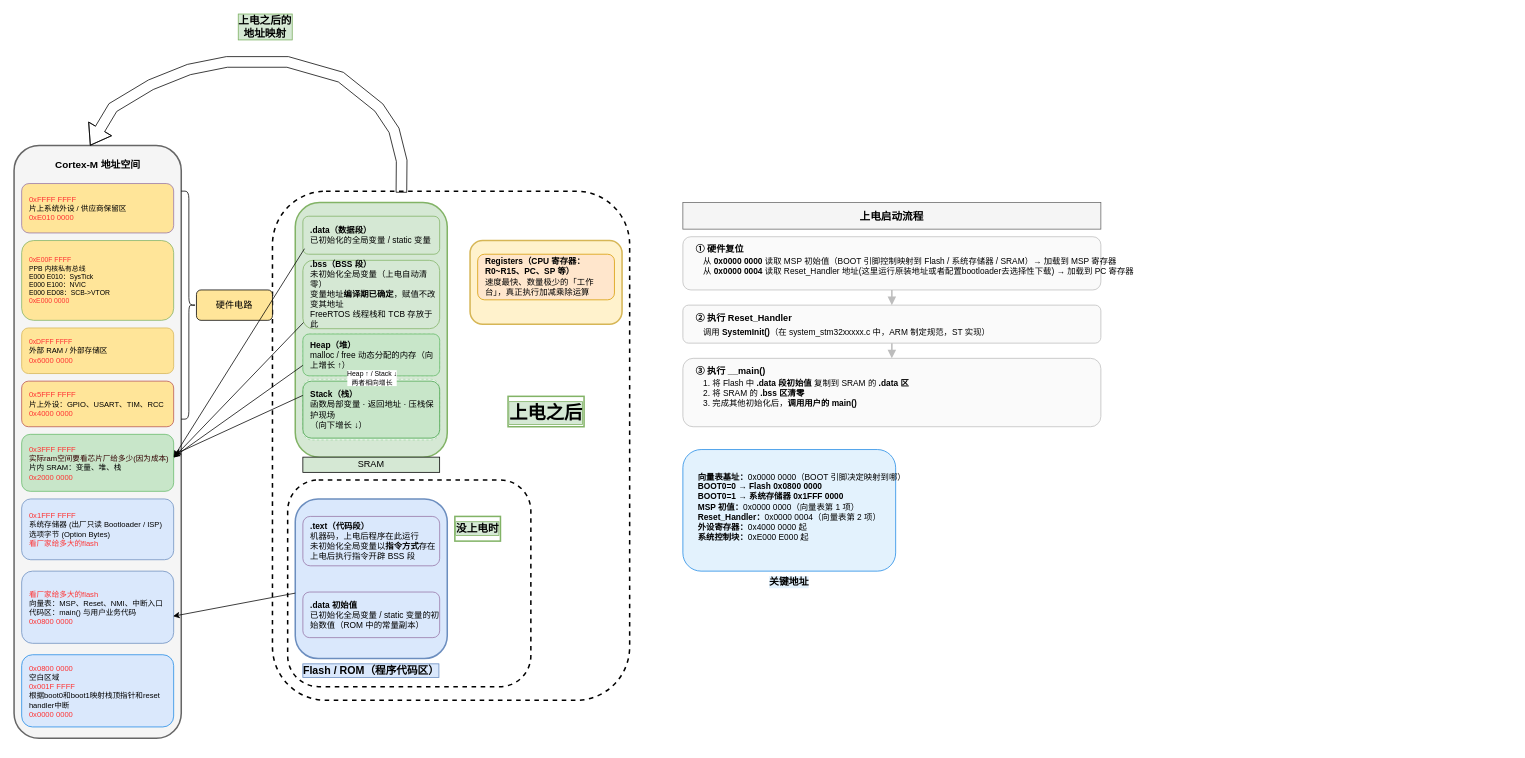
This is 术中自有万钟粟/Cortex-M4内核原理/arm_mcu内存划分.drawio from evil0knight/Basic_learning_record, a draw.io file, before an edit. Source tidied: cells renumbered, new cells numbered last; positions are measured from the earlier drawing's top-left corner, leaving out a move shared by most shapes. Both pictures are drawn from the tidied source at 76%, with x=0, y=0 at pixel (14, 62).
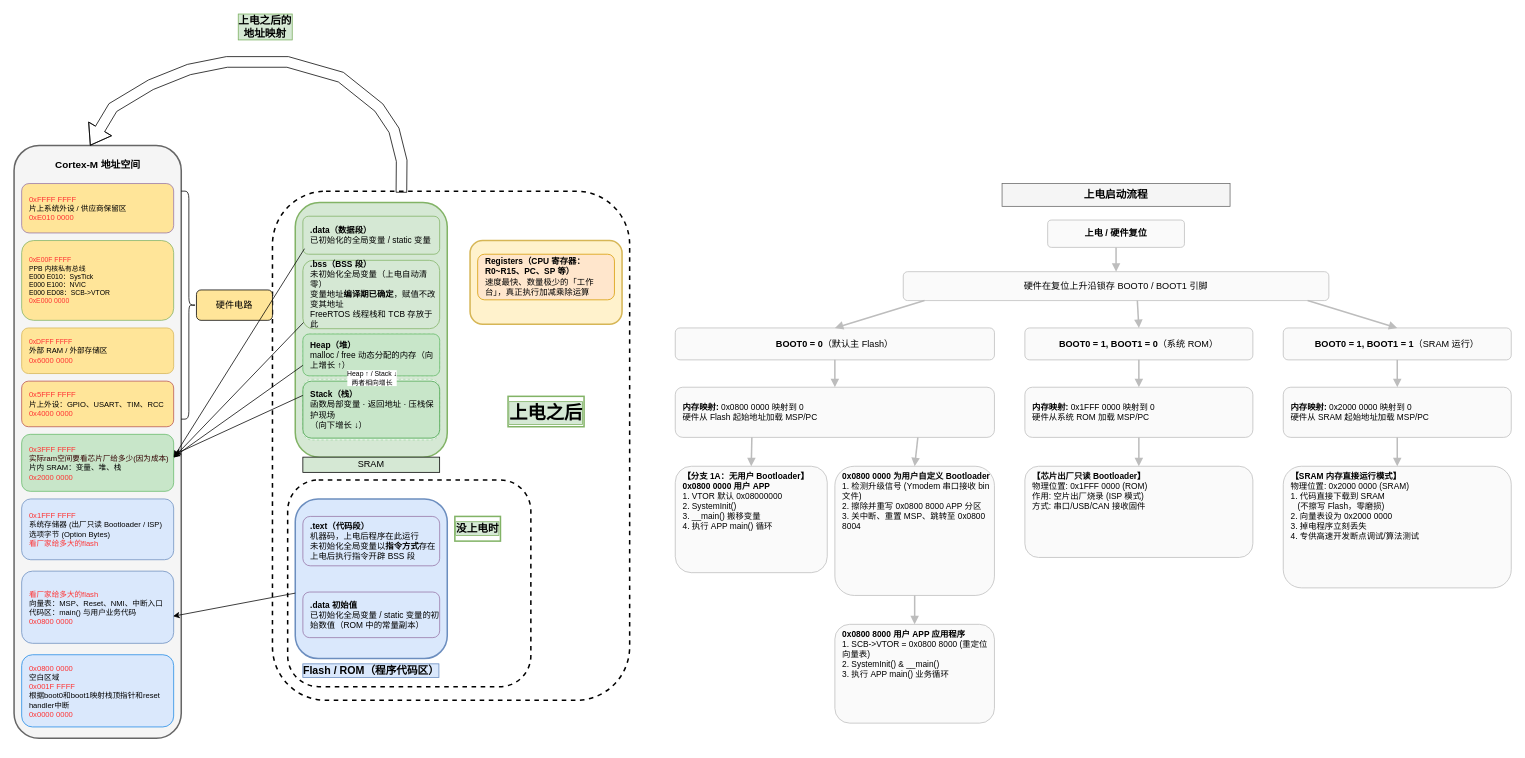
After the change.

Commit message (it also covers changes not shown here):
重绘上电启动流程(BOOT0/BOOT1 三分支)；精简临界段保护笔记

Diff of the diagram source:
```diff
@@
     <mxCell id="20" value="&lt;b&gt;上电启动流程&lt;/b&gt;" style="rounded=0;whiteSpace=wrap;html=1;fillColor=#f5f5f5;strokeColor=#666666;fontSize=14;fontStyle=1;align=center;" parent="1" vertex="1">
-      <mxGeometry x="880" y="185" width="550" height="35" as="geometry" />
+      <mxGeometry x="1300" y="160" width="300" height="30" as="geometry" />
     </mxCell>
-    <mxCell id="21" style="rounded=1;whiteSpace=wrap;html=1;fillColor=#fafafa;strokeColor=#bdbdbd;fontSize=11;align=left;spacingLeft=10;verticalAlign=top;" parent="1" vertex="1">
-      <mxGeometry x="880" y="230" width="550" height="70" as="geometry" />
-    </mxCell>
-    <mxCell id="22" value="&lt;b&gt;① 硬件复位&lt;/b&gt;" style="text;html=1;fontSize=12;fontStyle=1;fillColor=none;strokeColor=none;" parent="1" vertex="1">
-      <mxGeometry x="895" y="233" width="120" height="20" as="geometry" />
-    </mxCell>
-    <mxCell id="23" value="从 &lt;b&gt;0x0000 0000&lt;/b&gt; 读取 MSP 初始值（BOOT 引脚控制映射到 Flash / 系统存储器 / SRAM）→ 加载到 MSP 寄存器&lt;br&gt;从 &lt;b&gt;0x0000 0004&lt;/b&gt; 读取 Reset_Handler 地址(这里运行原装地址或者配置bootloader去选择性下载) → 加载到 PC 寄存器" style="text;html=1;fontSize=11;fillColor=none;strokeColor=none;align=left;spacingLeft=10;" parent="1" vertex="1">
-      <mxGeometry x="895" y="250" width="520" height="40" as="geometry" />
-    </mxCell>
-    <mxCell id="24" style="endArrow=block;html=1;strokeWidth=2;strokeColor=#bdbdbd;" parent="1" edge="1">
-      <mxGeometry relative="1" as="geometry">
-        <mxPoint x="1155" y="300" as="sourcePoint" />
-        <mxPoint x="1155" y="320" as="targetPoint" />
-      </mxGeometry>
-    </mxCell>
-    <mxCell id="25" style="rounded=1;whiteSpace=wrap;html=1;fillColor=#fafafa;strokeColor=#bdbdbd;fontSize=11;align=left;spacingLeft=10;verticalAlign=top;" parent="1" vertex="1">
-      <mxGeometry x="880" y="320" width="550" height="50" as="geometry" />
-    </mxCell>
-    <mxCell id="26" value="&lt;b&gt;② 执行 Reset_Handler&lt;/b&gt;" style="text;html=1;fontSize=12;fontStyle=1;fillColor=none;strokeColor=none;" parent="1" vertex="1">
-      <mxGeometry x="895" y="323" width="220" height="20" as="geometry" />
-    </mxCell>
-    <mxCell id="27" value="调用 &lt;b&gt;SystemInit()&lt;/b&gt;（在 system_stm32xxxxx.c 中，ARM 制定规范，ST 实现）" style="text;html=1;fontSize=11;fillColor=none;strokeColor=none;align=left;spacingLeft=10;" parent="1" vertex="1">
-      <mxGeometry x="895" y="343" width="520" height="20" as="geometry" />
-    </mxCell>
-    <mxCell id="28" style="endArrow=block;html=1;strokeWidth=2;strokeColor=#bdbdbd;" parent="1" edge="1">
-      <mxGeometry relative="1" as="geometry">
-        <mxPoint x="1155" y="370" as="sourcePoint" />
-        <mxPoint x="1155" y="390" as="targetPoint" />
-      </mxGeometry>
-    </mxCell>
-    <mxCell id="29" style="rounded=1;whiteSpace=wrap;html=1;fillColor=#fafafa;strokeColor=#bdbdbd;fontSize=11;align=left;spacingLeft=10;verticalAlign=top;" parent="1" vertex="1">
-      <mxGeometry x="880" y="390" width="550" height="90" as="geometry" />
-    </mxCell>
-    <mxCell id="30" value="&lt;b&gt;③ 执行 __main()&lt;/b&gt;" style="text;html=1;fontSize=12;fontStyle=1;fillColor=none;strokeColor=none;" parent="1" vertex="1">
-      <mxGeometry x="895" y="393" width="220" height="20" as="geometry" />
-    </mxCell>
-    <mxCell id="31" value="1. 将 Flash 中 &lt;b&gt;.data 段初始值&lt;/b&gt; 复制到 SRAM 的 &lt;b&gt;.data 区&lt;/b&gt;&lt;br&gt;2. 将 SRAM 的 &lt;b&gt;.bss 区清零&lt;/b&gt;&lt;br&gt;3. 完成其他初始化后，&lt;b&gt;调用用户的 main()&lt;/b&gt;" style="text;html=1;fontSize=11;fillColor=none;strokeColor=none;align=left;spacingLeft=10;" parent="1" vertex="1">
-      <mxGeometry x="895" y="410" width="520" height="60" as="geometry" />
-    </mxCell>
-    <mxCell id="32" value="&lt;b&gt;关键地址&lt;/b&gt;" style="rounded=1;whiteSpace=wrap;html=1;fillColor=#e3f2fd;strokeColor=#1e88e5;fontSize=13;fontStyle=1;align=center;verticalAlign=top;verticalLabelPosition=bottom;labelBackgroundColor=#e3f2fd;" parent="1" vertex="1">
-      <mxGeometry x="880" y="510" width="280" height="160" as="geometry" />
-    </mxCell>
-    <mxCell id="33" value="&lt;b&gt;向量表基址：&lt;/b&gt;0x0000 0000（BOOT 引脚决定映射到哪）&lt;br&gt;&lt;b&gt;  BOOT0=0 → Flash 0x0800 0000&lt;/b&gt;&lt;br&gt;&lt;b&gt;  BOOT0=1 → 系统存储器 0x1FFF 0000&lt;/b&gt;&lt;br&gt;&lt;b&gt;MSP 初值：&lt;/b&gt;0x0000 0000（向量表第 1 项）&lt;br&gt;&lt;b&gt;Reset_Handler：&lt;/b&gt;0x0000 0004（向量表第 2 项）&lt;br&gt;&lt;b&gt;外设寄存器：&lt;/b&gt;0x4000 0000 起&lt;br&gt;&lt;b&gt;系统控制块：&lt;/b&gt;0xE000 E000 起" style="text;html=1;fontSize=11;fillColor=none;strokeColor=none;align=left;spacingLeft=8;" parent="1" vertex="1">
-      <mxGeometry x="890" y="533" width="260" height="130" as="geometry" />
-    </mxCell>
+    <mxCell id="57" value="&lt;b&gt;上电 / 硬件复位&lt;/b&gt;" style="rounded=1;whiteSpace=wrap;html=1;fillColor=#fafafa;strokeColor=#bdbdbd;fontSize=12;fontStyle=1;align=center;" parent="1" vertex="1">
+      <mxGeometry x="1360" y="208" width="180" height="36" as="geometry" />
+    </mxCell>
+    <mxCell id="58" value="硬件在复位上升沿锁存 BOOT0 / BOOT1 引脚" style="rounded=1;whiteSpace=wrap;html=1;fillColor=#fafafa;strokeColor=#bdbdbd;fontSize=12;align=center;" parent="1" vertex="1">
+      <mxGeometry x="1170" y="276" width="560" height="38" as="geometry" />
+    </mxCell>
+    <mxCell id="59" value="&lt;b&gt;BOOT0 = 0&lt;/b&gt;（默认主 Flash）" style="rounded=1;whiteSpace=wrap;html=1;fillColor=#fafafa;strokeColor=#bdbdbd;fontSize=12;align=center;" parent="1" vertex="1">
+      <mxGeometry x="870" y="350" width="420" height="42" as="geometry" />
+    </mxCell>
+    <mxCell id="60" value="&lt;b&gt;BOOT0 = 1, BOOT1 = 0&lt;/b&gt;（系统 ROM）" style="rounded=1;whiteSpace=wrap;html=1;fillColor=#fafafa;strokeColor=#bdbdbd;fontSize=12;align=center;" parent="1" vertex="1">
+      <mxGeometry x="1330" y="350" width="300" height="42" as="geometry" />
+    </mxCell>
+    <mxCell id="61" value="&lt;b&gt;BOOT0 = 1, BOOT1 = 1&lt;/b&gt;（SRAM 运行）" style="rounded=1;whiteSpace=wrap;html=1;fillColor=#fafafa;strokeColor=#bdbdbd;fontSize=12;align=center;" parent="1" vertex="1">
+      <mxGeometry x="1670" y="350" width="300" height="42" as="geometry" />
+    </mxCell>
+    <mxCell id="62" value="&lt;b&gt;内存映射:&lt;/b&gt; 0x0800 0000 映射到 0&lt;br&gt;硬件从 Flash 起始地址加载 MSP/PC" style="rounded=1;whiteSpace=wrap;html=1;fillColor=#fafafa;strokeColor=#bdbdbd;fontSize=11;align=left;spacingLeft=8;verticalAlign=middle;" parent="1" vertex="1">
+      <mxGeometry x="870" y="428" width="420" height="66" as="geometry" />
+    </mxCell>
+    <mxCell id="63" value="&lt;b&gt;内存映射:&lt;/b&gt; 0x1FFF 0000 映射到 0&lt;br&gt;硬件从系统 ROM 加载 MSP/PC" style="rounded=1;whiteSpace=wrap;html=1;fillColor=#fafafa;strokeColor=#bdbdbd;fontSize=11;align=left;spacingLeft=8;verticalAlign=middle;" parent="1" vertex="1">
+      <mxGeometry x="1330" y="428" width="300" height="66" as="geometry" />
+    </mxCell>
+    <mxCell id="64" value="&lt;b&gt;内存映射:&lt;/b&gt; 0x2000 0000 映射到 0&lt;br&gt;硬件从 SRAM 起始地址加载 MSP/PC" style="rounded=1;whiteSpace=wrap;html=1;fillColor=#fafafa;strokeColor=#bdbdbd;fontSize=11;align=left;spacingLeft=8;verticalAlign=middle;" parent="1" vertex="1">
+      <mxGeometry x="1670" y="428" width="300" height="66" as="geometry" />
+    </mxCell>
+    <mxCell id="65" value="&lt;b&gt;【分支 1A：无用户 Bootloader】&lt;/b&gt;&lt;br&gt;&lt;b&gt;0x0800 0000 用户 APP&lt;/b&gt;&lt;br&gt;1. VTOR 默认 0x08000000&lt;br&gt;2. SystemInit()&lt;br&gt;3. __main() 搬移变量&lt;br&gt;4. 执行 APP main() 循环" style="rounded=1;whiteSpace=wrap;html=1;fillColor=#fafafa;strokeColor=#bdbdbd;fontSize=11;align=left;spacingLeft=8;verticalAlign=top;" parent="1" vertex="1">
+      <mxGeometry x="870" y="532" width="200" height="140" as="geometry" />
+    </mxCell>
+    <mxCell id="66" value="&lt;b&gt;0x0800 0000 为用户自定义 Bootloader&lt;/b&gt;&lt;br&gt;1. 检测升级信号 (Ymodem 串口接收 bin 文件)&lt;br&gt;2. 擦除并重写 0x0800 8000 APP 分区&lt;br&gt;3. 关中断、重置 MSP、跳转至 0x0800 8004" style="rounded=1;whiteSpace=wrap;html=1;fillColor=#fafafa;strokeColor=#bdbdbd;fontSize=11;align=left;spacingLeft=8;verticalAlign=top;" parent="1" vertex="1">
+      <mxGeometry x="1080" y="532" width="210" height="170" as="geometry" />
+    </mxCell>
+    <mxCell id="67" value="&lt;b&gt;0x0800 8000 用户 APP 应用程序&lt;/b&gt;&lt;br&gt;1. SCB-&gt;VTOR = 0x0800 8000 (重定位向量表)&lt;br&gt;2. SystemInit() &amp; __main()&lt;br&gt;3. 执行 APP main() 业务循环" style="rounded=1;whiteSpace=wrap;html=1;fillColor=#fafafa;strokeColor=#bdbdbd;fontSize=11;align=left;spacingLeft=8;verticalAlign=top;" parent="1" vertex="1">
+      <mxGeometry x="1080" y="740" width="210" height="130" as="geometry" />
+    </mxCell>
+    <mxCell id="68" value="&lt;b&gt;【芯片出厂只读 Bootloader】&lt;/b&gt;&lt;br&gt;物理位置: 0x1FFF 0000 (ROM)&lt;br&gt;作用: 空片出厂烧录 (ISP 模式)&lt;br&gt;方式: 串口/USB/CAN 接收固件" style="rounded=1;whiteSpace=wrap;html=1;fillColor=#fafafa;strokeColor=#bdbdbd;fontSize=11;align=left;spacingLeft=8;verticalAlign=top;" parent="1" vertex="1">
+      <mxGeometry x="1330" y="532" width="300" height="120" as="geometry" />
+    </mxCell>
+    <mxCell id="69" value="&lt;b&gt;【SRAM 内存直接运行模式】&lt;/b&gt;&lt;br&gt;物理位置: 0x2000 0000 (SRAM)&lt;br&gt;1. 代码直接下载到 SRAM&lt;br&gt;&amp;nbsp;&amp;nbsp;&amp;nbsp;(不擦写 Flash，零磨损)&lt;br&gt;2. 向量表设为 0x2000 0000&lt;br&gt;3. 掉电程序立刻丢失&lt;br&gt;4. 专供高速开发断点调试/算法测试" style="rounded=1;whiteSpace=wrap;html=1;fillColor=#fafafa;strokeColor=#bdbdbd;fontSize=11;align=left;spacingLeft=8;verticalAlign=top;" parent="1" vertex="1">
+      <mxGeometry x="1670" y="532" width="300" height="160" as="geometry" />
+    </mxCell>
+    <mxCell id="70" style="endArrow=block;html=1;strokeWidth=2;strokeColor=#bdbdbd;exitX=0.5;exitY=1;entryX=0.5;entryY=0;" parent="1" edge="1" source="57" target="58">
+      <mxGeometry relative="1" as="geometry" />
+    </mxCell>
+    <mxCell id="71" style="endArrow=block;html=1;strokeWidth=2;strokeColor=#bdbdbd;exitX=0.05;exitY=1;entryX=0.5;entryY=0;" parent="1" edge="1" source="58" target="59">
+      <mxGeometry relative="1" as="geometry" />
+    </mxCell>
+    <mxCell id="72" style="endArrow=block;html=1;strokeWidth=2;strokeColor=#bdbdbd;exitX=0.55;exitY=1;entryX=0.5;entryY=0;" parent="1" edge="1" source="58" target="60">
+      <mxGeometry relative="1" as="geometry" />
+    </mxCell>
+    <mxCell id="73" style="endArrow=block;html=1;strokeWidth=2;strokeColor=#bdbdbd;exitX=0.95;exitY=1;entryX=0.5;entryY=0;" parent="1" edge="1" source="58" target="61">
+      <mxGeometry relative="1" as="geometry" />
+    </mxCell>
+    <mxCell id="74" style="endArrow=block;html=1;strokeWidth=2;strokeColor=#bdbdbd;exitX=0.5;exitY=1;entryX=0.5;entryY=0;" parent="1" edge="1" source="59" target="62">
+      <mxGeometry relative="1" as="geometry" />
+    </mxCell>
+    <mxCell id="75" style="endArrow=block;html=1;strokeWidth=2;strokeColor=#bdbdbd;exitX=0.5;exitY=1;entryX=0.5;entryY=0;" parent="1" edge="1" source="60" target="63">
+      <mxGeometry relative="1" as="geometry" />
+    </mxCell>
+    <mxCell id="76" style="endArrow=block;html=1;strokeWidth=2;strokeColor=#bdbdbd;exitX=0.5;exitY=1;entryX=0.5;entryY=0;" parent="1" edge="1" source="61" target="64">
+      <mxGeometry relative="1" as="geometry" />
+    </mxCell>
+    <mxCell id="77" style="endArrow=block;html=1;strokeWidth=2;strokeColor=#bdbdbd;exitX=0.5;exitY=1;entryX=0.5;entryY=0;" parent="1" edge="1" source="63" target="68">
+      <mxGeometry relative="1" as="geometry" />
+    </mxCell>
+    <mxCell id="78" style="endArrow=block;html=1;strokeWidth=2;strokeColor=#bdbdbd;exitX=0.5;exitY=1;entryX=0.5;entryY=0;" parent="1" edge="1" source="64" target="69">
+      <mxGeometry relative="1" as="geometry" />
+    </mxCell>
+    <mxCell id="79" style="endArrow=block;html=1;strokeWidth=2;strokeColor=#bdbdbd;exitX=0.24;exitY=1;entryX=0.5;entryY=0;" parent="1" edge="1" source="62" target="65">
+      <mxGeometry relative="1" as="geometry" />
+    </mxCell>
+    <mxCell id="80" style="endArrow=block;html=1;strokeWidth=2;strokeColor=#bdbdbd;exitX=0.76;exitY=1;entryX=0.5;entryY=0;" parent="1" edge="1" source="62" target="66">
+      <mxGeometry relative="1" as="geometry" />
+    </mxCell>
+    <mxCell id="81" style="endArrow=block;html=1;strokeWidth=2;strokeColor=#bdbdbd;exitX=0.5;exitY=1;entryX=0.5;entryY=0;" parent="1" edge="1" source="66" target="67">
+      <mxGeometry relative="1" as="geometry" />
+    </mxCell>
```
